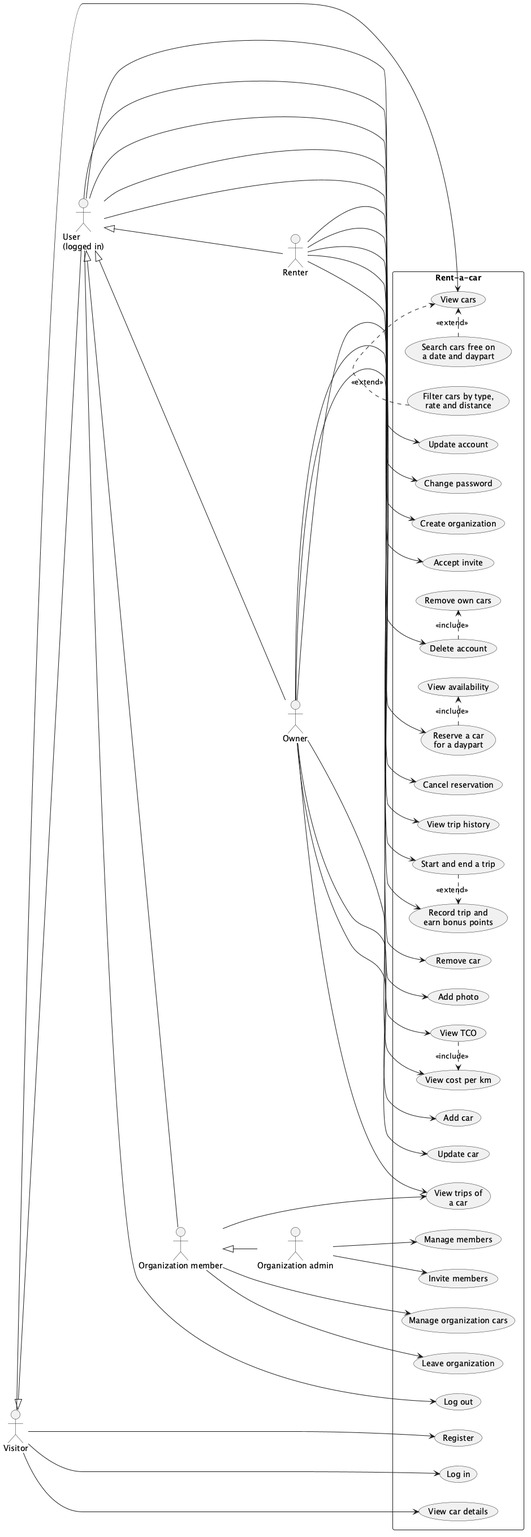
The PlantUML diagram docs/diagrams/use-cases.png in Rent-a-car-38291/rent-a-car, before a commit.
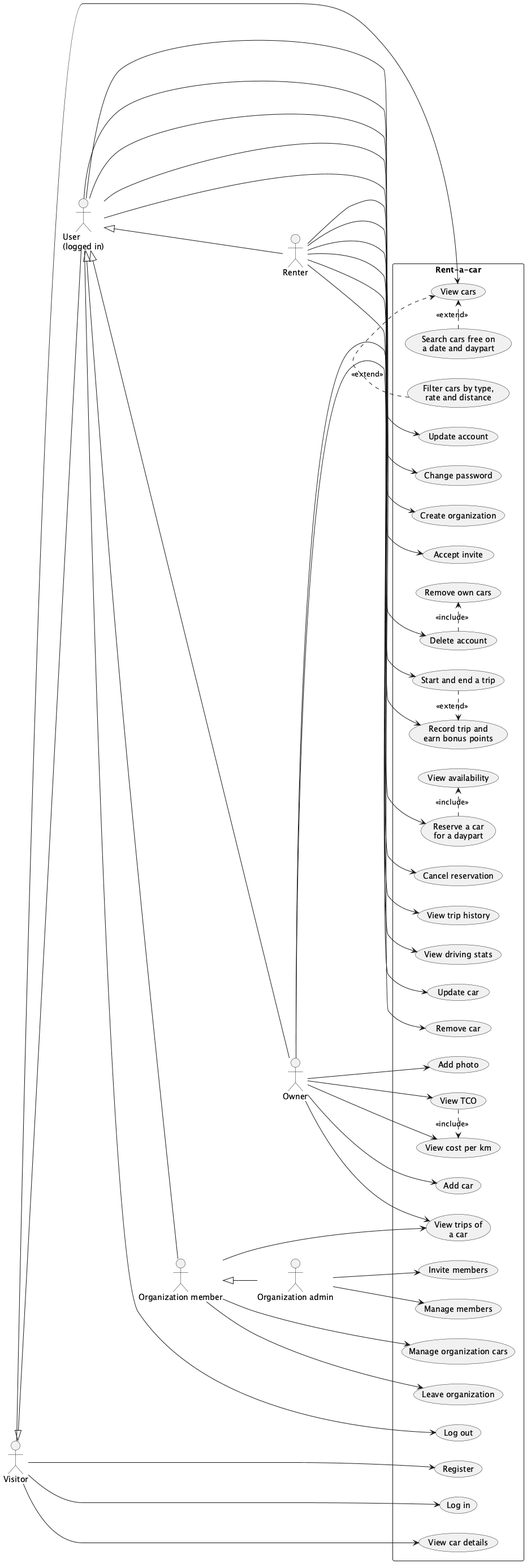
Later version of the same file.

Commit message:
feat: show your driving totals (#111)

Change to the diagram source:
```diff
@@ -35,6 +35,7 @@
   usecase "Record trip and\nearn bonus points" as UC_Trip
   usecase "Start and end a trip" as UC_StartEnd
   usecase "View trip history" as UC_TripHistory
+  usecase "View driving stats" as UC_Stats
   usecase "View trips of\na car" as UC_CarTrips
 
   usecase "Add car" as UC_AddCar
@@ -72,6 +73,7 @@
 Renter --> UC_StartEnd
 UC_StartEnd .> UC_Trip : <<extend>>
 Renter --> UC_TripHistory
+Renter --> UC_Stats
 UC_Reserve .> UC_Availability : <<include>>
 
 Owner --> UC_AddCar
```
